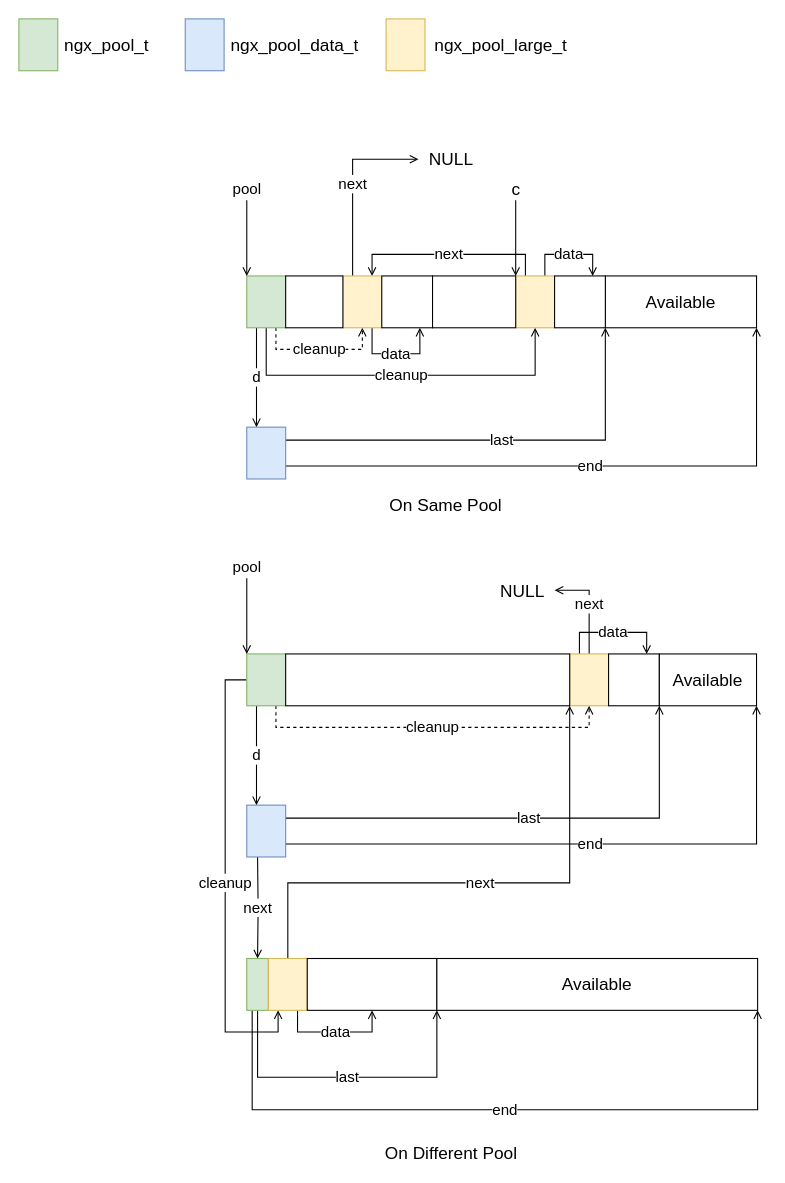
The draw.io diagram page "pool-cleanup-add" (6 of 11) of nginx/core-structure.drawio in fengyfei/programming.draw.io, before the edit. Source tidied: cells renumbered, new cells numbered last; positions are measured from the earlier drawing's top-left corner, leaving out a move shared by most shapes. Both pictures are drawn from the tidied source at 108%, with x=0, y=0 at pixel (18, 18).
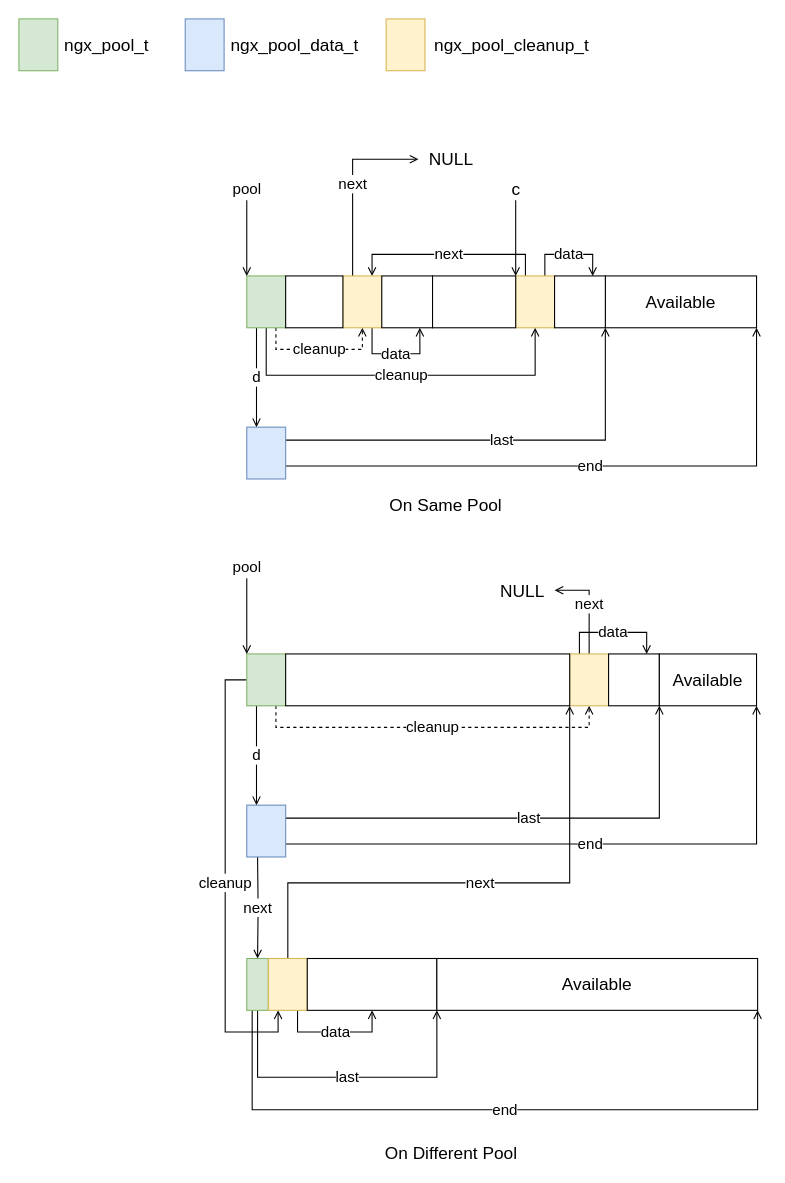
The same diagram, later.

The edit, as a diff of the source:
```diff
@@
-    <mxCell id="7" value="ngx_pool_large_t" style="text;html=1;align=center;verticalAlign=middle;fontSize=16;fontColor=#000000;" parent="1" vertex="1">
-      <mxGeometry x="376" y="14" width="140" height="20" as="geometry" />
+    <mxCell id="7" value="ngx_pool_cleanup_t" style="text;html=1;align=center;verticalAlign=middle;fontSize=16;fontColor=#000000;" parent="1" vertex="1">
+      <mxGeometry x="376" y="14" width="160" height="20" as="geometry" />
     </mxCell>
```
